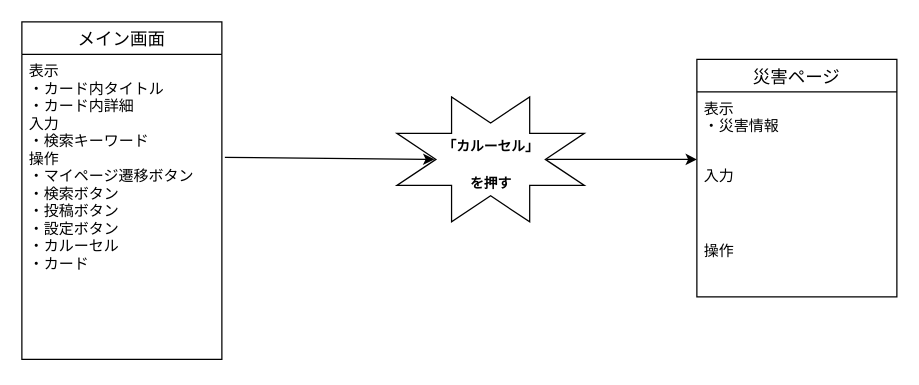
Earlier version of the draw.io diagram 画面遷移図/カルーセル.drawio (Ryusei44237/sotuken). Source tidied: cells renumbered, new cells numbered last; positions are measured from the earlier drawing's top-left corner, leaving out a move shared by most shapes. Both pictures are drawn from the tidied source at 125%, with x=0, y=0 at pixel (21, 21).
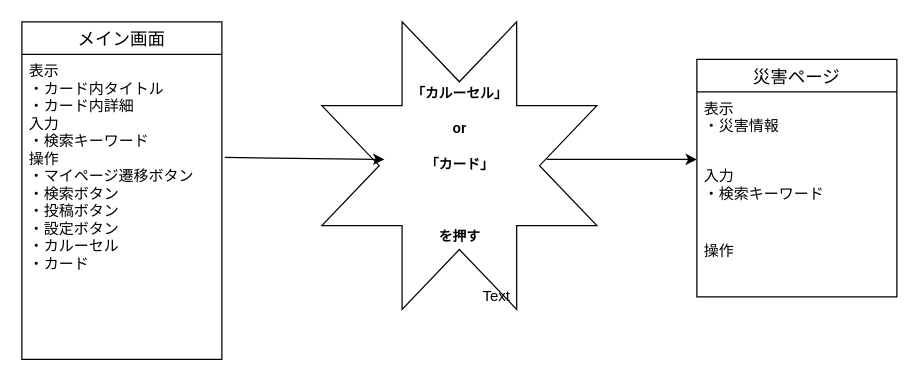
The same diagram, later.

The edit, as a diff of the source:
```diff
@@
 <mxGraphModel>
   <root>
     <mxCell id="0" />
     <mxCell id="1" parent="0" />
     <mxCell id="2" style="verticalLabelPosition=bottom;verticalAlign=top;html=1;shape=mxgraph.basic.8_point_star;strokeColor=#000000;strokeWidth=1;" parent="1" vertex="1">
-      <mxGeometry x="300" y="60" width="150" height="100" as="geometry" />
+      <mxGeometry x="240" width="220" height="230" as="geometry" />
     </mxCell>
-    <mxCell id="3" value="&lt;font style=&quot;font-size: 11px&quot;&gt;「カルーセル」&lt;br&gt;を押す&lt;/font&gt;" style="text;strokeColor=none;fillColor=none;html=1;fontSize=24;fontStyle=1;verticalAlign=middle;align=center;" parent="1" vertex="1">
-      <mxGeometry x="330" y="92.5" width="90" height="35" as="geometry" />
+    <mxCell id="3" value="&lt;font style=&quot;font-size: 11px&quot;&gt;「カルーセル」&lt;br&gt;or&lt;br&gt;「カード」&lt;br&gt;&lt;br&gt;を押す&lt;/font&gt;" style="text;strokeColor=none;fillColor=none;html=1;fontSize=24;fontStyle=1;verticalAlign=middle;align=center;" parent="1" vertex="1">
+      <mxGeometry x="305" y="106.2" width="90" height="7.5" as="geometry" />
     </mxCell>
-    <mxCell id="4" style="endArrow=classic;html=1;entryX=0;entryY=0.5;entryDx=0;entryDy=0;exitX=1.015;exitY=0.338;exitDx=0;exitDy=0;exitPerimeter=0;" parent="1" edge="1" source="7" target="3">
-      <mxGeometry relative="1" as="geometry" />
+    <mxCell id="4" style="endArrow=classic;html=1;exitX=1.015;exitY=0.338;exitDx=0;exitDy=0;exitPerimeter=0;" parent="1" edge="1" source="7">
+      <mxGeometry relative="1" as="geometry">
+        <mxPoint x="290" y="110" as="targetPoint" />
+      </mxGeometry>
     </mxCell>
     <mxCell id="5" style="endArrow=classic;html=1;entryX=0;entryY=0;entryDx=0;entryDy=0;entryPerimeter=0;" parent="1" edge="1" target="10">
       <mxGeometry relative="1" as="geometry">
         <mxPoint x="420" y="110" as="sourcePoint" />
       </mxGeometry>
     </mxCell>
     <mxCell id="6" value="メイン画面" style="swimlane;fontStyle=0;horizontal=1;startSize=26;align=center;fontSize=14;" parent="1" vertex="1">
       <mxGeometry width="160" height="270" as="geometry" />
     </mxCell>
     <mxCell id="7" value="表示&#10;・カード内タイトル&#10;・カード内詳細&#10;入力&#10;・検索キーワード&#10;操作&#10;・マイページ遷移ボタン&#10;・検索ボタン&#10;・投稿ボタン&#10;・設定ボタン&#10;・カルーセル&#10;・カード" style="text;strokeColor=none;fillColor=none;spacingLeft=4;spacingRight=4;overflow=hidden;points=[[0,0.5],[1,0.5]];portConstraint=eastwest;fontSize=12;" parent="6" vertex="1">
       <mxGeometry y="26" width="160" height="244" as="geometry" />
     </mxCell>
     <mxCell id="8" value="災害ページ" style="swimlane;fontStyle=0;horizontal=1;startSize=26;align=center;fontSize=14;strokeColor=#000000;strokeWidth=1;" parent="1" vertex="1">
       <mxGeometry x="540" y="30" width="160" height="190" as="geometry" />
     </mxCell>
     <mxCell id="9" value="表示&#10;・災害情報&#10;　" style="text;strokeColor=none;fillColor=none;spacingLeft=4;spacingRight=4;overflow=hidden;fontSize=12;" parent="8" vertex="1">
       <mxGeometry y="26" width="160" height="54" as="geometry" />
     </mxCell>
-    <mxCell id="10" value="入力" style="text;strokeColor=none;fillColor=none;spacingLeft=4;spacingRight=4;overflow=hidden;points=[[0,0.5],[1,0.5]];portConstraint=eastwest;fontSize=12;" parent="8" vertex="1">
+    <mxCell id="10" value="入力&#10;・検索キーワード" style="text;strokeColor=none;fillColor=none;spacingLeft=4;spacingRight=4;overflow=hidden;points=[[0,0.5],[1,0.5]];portConstraint=eastwest;fontSize=12;" parent="8" vertex="1">
       <mxGeometry y="80" width="160" height="60" as="geometry" />
     </mxCell>
     <mxCell id="11" value="操作&#10;&#10;" style="text;strokeColor=none;fillColor=none;spacingLeft=4;spacingRight=4;overflow=hidden;fontSize=12;" parent="8" vertex="1">
       <mxGeometry y="140" width="160" height="50" as="geometry" />
     </mxCell>
+    <mxCell id="12" value="Text" style="text;html=1;strokeColor=none;fillColor=none;align=center;verticalAlign=middle;whiteSpace=wrap;rounded=0;" parent="1" vertex="1">
+      <mxGeometry x="360" y="210" width="40" height="20" as="geometry" />
+    </mxCell>
   </root>
 </mxGraphModel>
```
